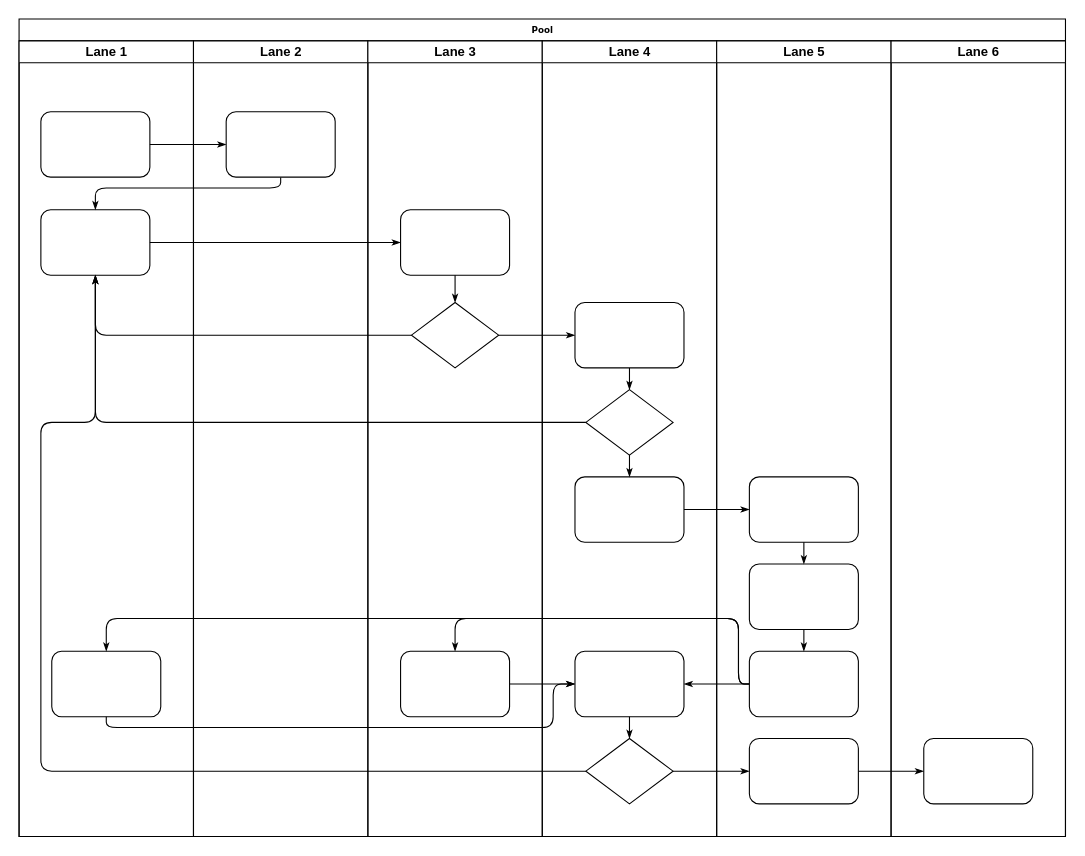
Earlier version of the draw.io diagram 流程.drawio (craewu/Helle-World). Source tidied: cells renumbered, new cells numbered last; positions are measured from the earlier drawing's top-left corner, leaving out a move shared by most shapes. Both pictures are drawn from the tidied source at 109%, with x=0, y=0 at pixel (19, 19).
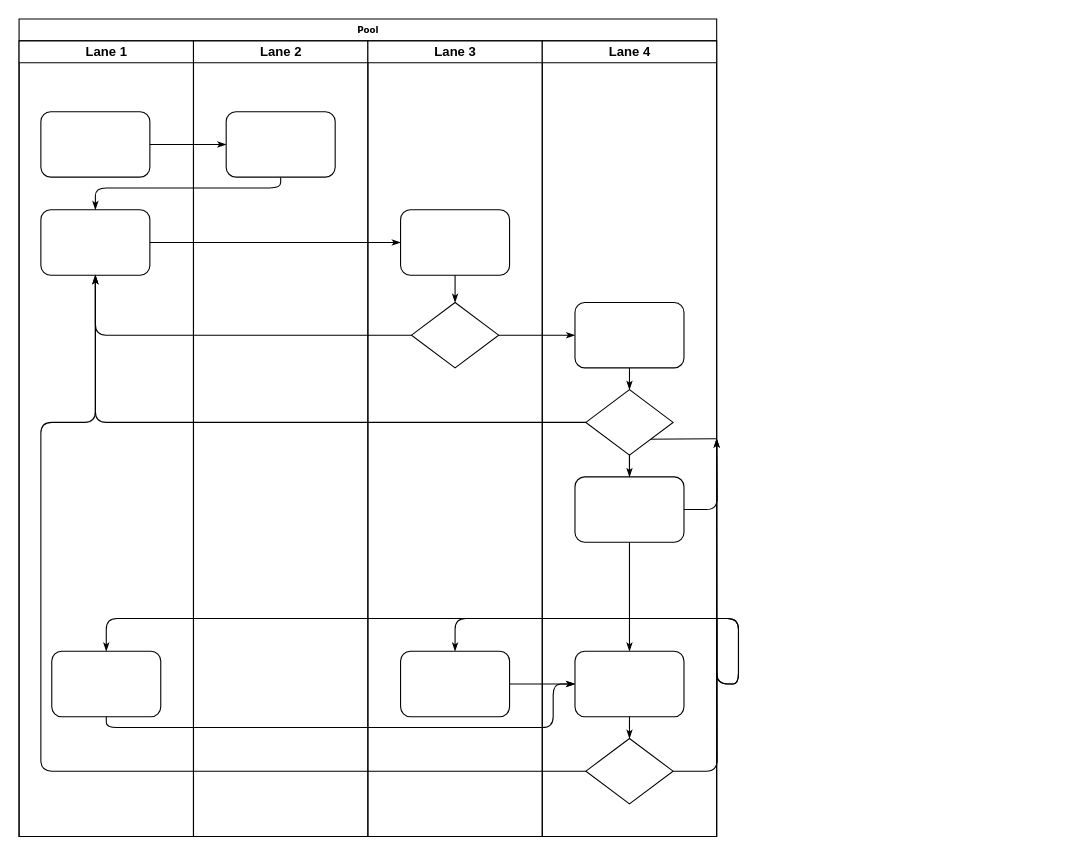
Above is the later version.

Unchanged cells that the change refers to:
```xml
<mxCell id="6" style="rounded=1;whiteSpace=wrap;html=1;shadow=0;labelBackgroundColor=none;strokeWidth=1;fontFamily=Verdana;fontSize=8;align=center;" parent="3" vertex="1">
  <mxGeometry x="30" y="560" width="100" height="60" as="geometry" />
</mxCell>
<mxCell id="27" style="rounded=1;whiteSpace=wrap;html=1;shadow=0;labelBackgroundColor=none;strokeWidth=1;fontFamily=Verdana;fontSize=8;align=center;" parent="24" vertex="1">
  <mxGeometry x="30" y="560" width="100" height="60" as="geometry" />
</mxCell>
<mxCell id="32" style="rounded=1;whiteSpace=wrap;html=1;shadow=0;labelBackgroundColor=none;strokeWidth=1;fontFamily=Verdana;fontSize=8;align=center;" parent="29" vertex="1">
  <mxGeometry x="30" y="400" width="100" height="60" as="geometry" />
</mxCell>
<mxCell id="33" style="rounded=1;whiteSpace=wrap;html=1;shadow=0;labelBackgroundColor=none;strokeWidth=1;fontFamily=Verdana;fontSize=8;align=center;" parent="29" vertex="1">
  <mxGeometry x="30" y="560" width="100" height="60" as="geometry" />
</mxCell>
<mxCell id="34" style="rhombus;whiteSpace=wrap;html=1;rounded=0;shadow=0;labelBackgroundColor=none;strokeWidth=1;fontFamily=Verdana;fontSize=8;align=center;" parent="29" vertex="1">
  <mxGeometry x="40" y="640" width="80" height="60" as="geometry" />
</mxCell>
```

Change to the diagram source:
```diff
@@
     <mxCell id="2" value="Pool" style="swimlane;html=1;startSize=20;rounded=0;shadow=0;labelBackgroundColor=none;strokeWidth=1;fontFamily=Verdana;fontSize=8;align=center;" parent="1" vertex="1">
-      <mxGeometry width="960" height="750" as="geometry" />
+      <mxGeometry width="640" height="750" as="geometry" />
     </mxCell>
@@
-    <mxCell id="14" style="edgeStyle=orthogonalEdgeStyle;rounded=1;html=1;labelBackgroundColor=none;startArrow=none;startFill=0;startSize=5;endArrow=classicThin;endFill=1;endSize=5;jettySize=auto;strokeWidth=1;fontFamily=Verdana;fontSize=8;" parent="2" edge="1" source="34" target="42">
-      <mxGeometry relative="1" as="geometry" />
+    <mxCell id="14" style="edgeStyle=orthogonalEdgeStyle;rounded=1;html=1;labelBackgroundColor=none;startArrow=none;startFill=0;startSize=5;endArrow=classicThin;endFill=1;endSize=5;jettySize=auto;strokeWidth=1;fontFamily=Verdana;fontSize=8;" parent="2" edge="1" source="34">
+      <mxGeometry relative="1" as="geometry">
+        <mxPoint x="640" y="385" as="targetPoint" />
+      </mxGeometry>
     </mxCell>
-    <mxCell id="15" style="edgeStyle=orthogonalEdgeStyle;rounded=1;html=1;labelBackgroundColor=none;startArrow=none;startFill=0;startSize=5;endArrow=classicThin;endFill=1;endSize=5;jettySize=auto;strokeWidth=1;fontFamily=Verdana;fontSize=8;" parent="2" edge="1" source="42" target="46">
-      <mxGeometry relative="1" as="geometry" />
-    </mxCell>
-    <mxCell id="16" style="edgeStyle=orthogonalEdgeStyle;rounded=1;html=1;labelBackgroundColor=none;startArrow=none;startFill=0;startSize=5;endArrow=classicThin;endFill=1;endSize=5;jettySize=auto;strokeWidth=1;fontFamily=Verdana;fontSize=8;" parent="2" edge="1" source="32" target="39">
-      <mxGeometry relative="1" as="geometry" />
+    <mxCell id="16" style="edgeStyle=orthogonalEdgeStyle;rounded=1;html=1;labelBackgroundColor=none;startArrow=none;startFill=0;startSize=5;endArrow=classicThin;endFill=1;endSize=5;jettySize=auto;strokeWidth=1;fontFamily=Verdana;fontSize=8;" parent="2" edge="1" source="32">
+      <mxGeometry relative="1" as="geometry">
+        <mxPoint x="640" y="385" as="targetPoint" />
+      </mxGeometry>
     </mxCell>
-    <mxCell id="17" style="edgeStyle=orthogonalEdgeStyle;rounded=1;html=1;labelBackgroundColor=none;startArrow=none;startFill=0;startSize=5;endArrow=classicThin;endFill=1;endSize=5;jettySize=auto;strokeWidth=1;fontFamily=Verdana;fontSize=8;" parent="2" edge="1" source="41" target="27">
+    <mxCell id="17" style="edgeStyle=orthogonalEdgeStyle;rounded=1;html=1;labelBackgroundColor=none;startArrow=none;startFill=0;startSize=5;endArrow=classicThin;endFill=1;endSize=5;jettySize=auto;strokeWidth=1;fontFamily=Verdana;fontSize=8;" parent="2" edge="1" target="27">
       <mxGeometry relative="1" as="geometry">
+        <mxPoint x="640" y="550" as="sourcePoint" />
         <Array as="points">
           <mxPoint x="660" y="610" />
           <mxPoint x="660" y="550" />
           <mxPoint x="400" y="550" />
         </Array>
       </mxGeometry>
     </mxCell>
-    <mxCell id="18" style="edgeStyle=orthogonalEdgeStyle;rounded=1;html=1;labelBackgroundColor=none;startArrow=none;startFill=0;startSize=5;endArrow=classicThin;endFill=1;endSize=5;jettySize=auto;strokeColor=#000000;strokeWidth=1;fontFamily=Verdana;fontSize=8;fontColor=#000000;" parent="2" edge="1" source="41" target="33">
-      <mxGeometry relative="1" as="geometry" />
+    <mxCell id="18" style="edgeStyle=orthogonalEdgeStyle;rounded=1;html=1;labelBackgroundColor=none;startArrow=none;startFill=0;startSize=5;endArrow=classicThin;endFill=1;endSize=5;jettySize=auto;strokeColor=#000000;strokeWidth=1;fontFamily=Verdana;fontSize=8;fontColor=#000000;" parent="2" edge="1" target="33">
+      <mxGeometry relative="1" as="geometry">
+        <mxPoint x="640" y="385" as="sourcePoint" />
+      </mxGeometry>
     </mxCell>
-    <mxCell id="19" style="edgeStyle=orthogonalEdgeStyle;rounded=1;html=1;labelBackgroundColor=none;startArrow=none;startFill=0;startSize=5;endArrow=classicThin;endFill=1;endSize=5;jettySize=auto;strokeWidth=1;fontFamily=Verdana;fontSize=8;" parent="2" edge="1" source="41" target="6">
+    <mxCell id="19" style="edgeStyle=orthogonalEdgeStyle;rounded=1;html=1;labelBackgroundColor=none;startArrow=none;startFill=0;startSize=5;endArrow=classicThin;endFill=1;endSize=5;jettySize=auto;strokeWidth=1;fontFamily=Verdana;fontSize=8;" parent="2" edge="1" target="6">
       <mxGeometry relative="1" as="geometry">
+        <mxPoint x="640" y="550" as="sourcePoint" />
         <Array as="points">
           <mxPoint x="660" y="610" />
           <mxPoint x="660" y="550" />
           <mxPoint x="80" y="550" />
         </Array>
       </mxGeometry>
     </mxCell>
@@
-    <mxCell id="38" value="Lane 5" style="swimlane;html=1;startSize=20;" parent="2" vertex="1">
-      <mxGeometry x="640" y="20" width="160" height="730" as="geometry" />
-    </mxCell>
-    <mxCell id="39" style="rounded=1;whiteSpace=wrap;html=1;shadow=0;labelBackgroundColor=none;strokeWidth=1;fontFamily=Verdana;fontSize=8;align=center;" parent="38" vertex="1">
-      <mxGeometry x="30" y="400" width="100" height="60" as="geometry" />
-    </mxCell>
-    <mxCell id="40" style="rounded=1;whiteSpace=wrap;html=1;shadow=0;labelBackgroundColor=none;strokeWidth=1;fontFamily=Verdana;fontSize=8;align=center;" parent="38" vertex="1">
-      <mxGeometry x="30" y="480" width="100" height="60" as="geometry" />
-    </mxCell>
-    <mxCell id="41" style="rounded=1;whiteSpace=wrap;html=1;shadow=0;labelBackgroundColor=none;strokeWidth=1;fontFamily=Verdana;fontSize=8;align=center;" parent="38" vertex="1">
-      <mxGeometry x="30" y="560" width="100" height="60" as="geometry" />
-    </mxCell>
-    <mxCell id="42" style="rounded=1;whiteSpace=wrap;html=1;shadow=0;labelBackgroundColor=none;strokeWidth=1;fontFamily=Verdana;fontSize=8;align=center;" parent="38" vertex="1">
-      <mxGeometry x="30" y="640" width="100" height="60" as="geometry" />
-    </mxCell>
-    <mxCell id="43" style="edgeStyle=orthogonalEdgeStyle;rounded=1;html=1;labelBackgroundColor=none;startArrow=none;startFill=0;startSize=5;endArrow=classicThin;endFill=1;endSize=5;jettySize=auto;strokeWidth=1;fontFamily=Verdana;fontSize=8;" parent="38" edge="1" source="39" target="40">
-      <mxGeometry relative="1" as="geometry" />
-    </mxCell>
-    <mxCell id="44" style="edgeStyle=orthogonalEdgeStyle;rounded=1;html=1;labelBackgroundColor=none;startArrow=none;startFill=0;startSize=5;endArrow=classicThin;endFill=1;endSize=5;jettySize=auto;strokeWidth=1;fontFamily=Verdana;fontSize=8;" parent="38" edge="1" source="40" target="41">
-      <mxGeometry relative="1" as="geometry" />
-    </mxCell>
-    <mxCell id="45" value="Lane 6" style="swimlane;html=1;startSize=20;" parent="2" vertex="1">
-      <mxGeometry x="800" y="20" width="160" height="730" as="geometry" />
-    </mxCell>
-    <mxCell id="46" style="rounded=1;whiteSpace=wrap;html=1;shadow=0;labelBackgroundColor=none;strokeWidth=1;fontFamily=Verdana;fontSize=8;align=center;" parent="45" vertex="1">
-      <mxGeometry x="30" y="640" width="100" height="60" as="geometry" />
-    </mxCell>
```
